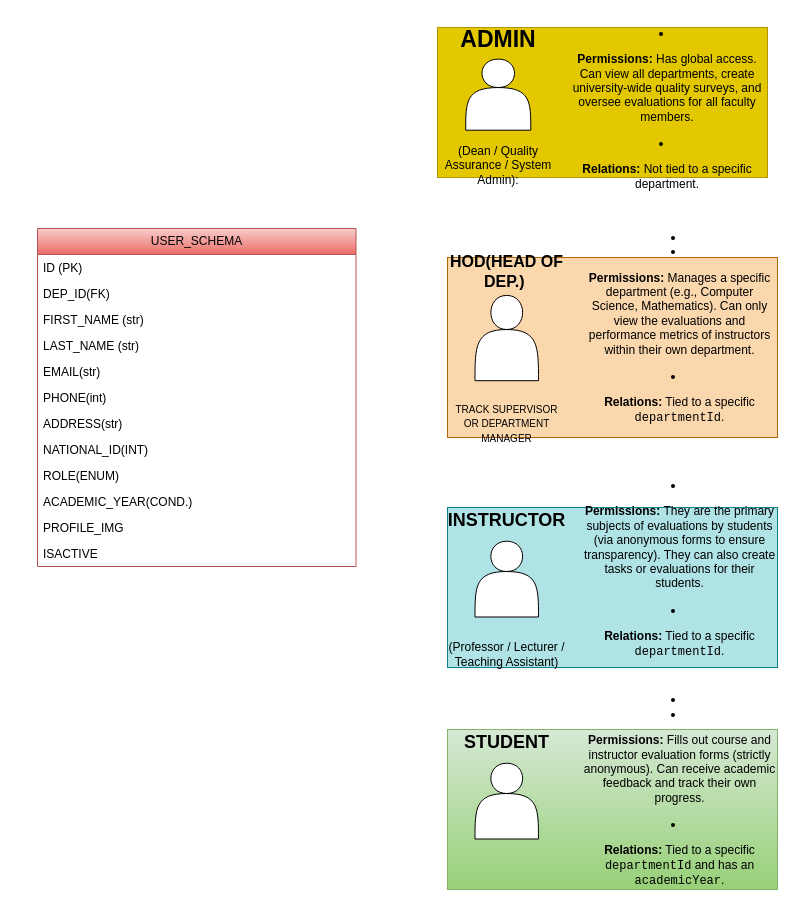
Mohamedali22710/insightO keeps this draw.io diagram as userSchema.drawio. Above is the earlier version. Source tidied: cells renumbered, new cells numbered last; positions are measured from the earlier drawing's top-left corner, leaving out a move shared by most shapes. Both pictures are drawn from the tidied source at 100%, with x=0, y=0 at pixel (37, 27).
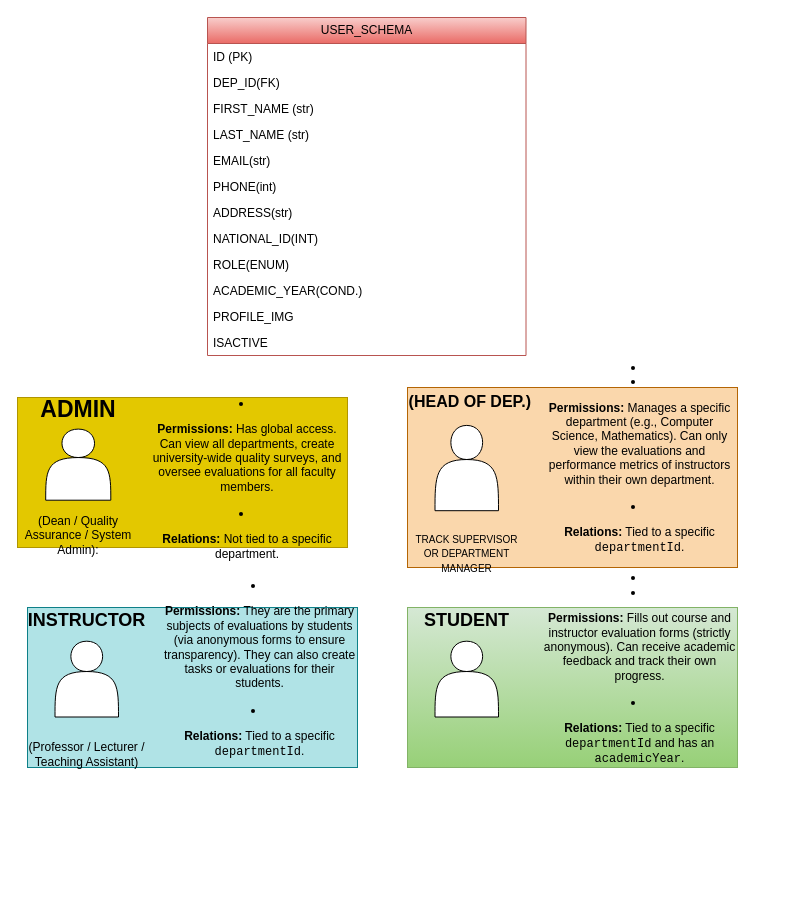
The same page after the edit.

Commit message (it also covers changes not shown here):
Refactor code structure for improved readability and maintainability

Change to the diagram source:
```diff
@@
     <mxCell id="2" value="USER_SCHEMA" style="swimlane;fontStyle=0;horizontal=1;startSize=26;fillColor=#f8cecc;html=1;gradientColor=#ea6b66;strokeColor=#b85450;" parent="1" vertex="1">
-      <mxGeometry y="201" width="318.5" height="338" as="geometry" />
+      <mxGeometry x="170" y="-10" width="318.5" height="338" as="geometry" />
     </mxCell>
@@
     <mxCell id="15" style="group;fillColor=#e3c800;fontColor=#000000;strokeColor=#B09500;" parent="1" vertex="1">
-      <mxGeometry x="400" width="330" height="150" as="geometry" />
+      <mxGeometry x="-20" y="370" width="330" height="150" as="geometry" />
     </mxCell>
@@
     <mxCell id="20" style="group;fillColor=#fad7ac;strokeColor=#b46504;" parent="1" vertex="1">
-      <mxGeometry x="410" y="230" width="330" height="180" as="geometry" />
+      <mxGeometry x="370" y="360" width="330" height="180" as="geometry" />
     </mxCell>
@@
-    <mxCell id="23" value="&lt;span&gt;&lt;font style=&quot;color: light-dark(rgb(0, 0, 0), rgb(255, 255, 102)); font-size: 16px;&quot;&gt;&lt;b style=&quot;&quot;&gt;HOD(HEAD OF DEP.)&amp;nbsp;&lt;/b&gt;&lt;/font&gt;&lt;/span&gt;" style="text;html=1;align=center;verticalAlign=middle;whiteSpace=wrap;rounded=0;" parent="20" vertex="1">
-      <mxGeometry width="118.5" height="28.4" as="geometry" />
+    <mxCell id="23" value="&lt;span&gt;&lt;font style=&quot;color: light-dark(rgb(0, 0, 0), rgb(255, 255, 102)); font-size: 16px;&quot;&gt;&lt;b style=&quot;&quot;&gt;(HEAD OF DEP.)&amp;nbsp;&lt;/b&gt;&lt;/font&gt;&lt;/span&gt;" style="text;html=1;align=center;verticalAlign=middle;whiteSpace=wrap;rounded=0;" parent="20" vertex="1">
+      <mxGeometry width="130" height="28.4" as="geometry" />
     </mxCell>
@@
     <mxCell id="25" style="group;fillColor=#b0e3e6;strokeColor=#0e8088;" parent="1" vertex="1">
-      <mxGeometry x="410" y="480" width="330" height="160" as="geometry" />
+      <mxGeometry x="-10" y="580" width="330" height="160" as="geometry" />
     </mxCell>
@@
     <mxCell id="30" style="group;fillColor=#d5e8d4;gradientColor=#97d077;strokeColor=#82b366;" parent="1" vertex="1">
-      <mxGeometry x="410" y="702" width="330" height="160" as="geometry" />
+      <mxGeometry x="370" y="580" width="330" height="160" as="geometry" />
     </mxCell>
```
